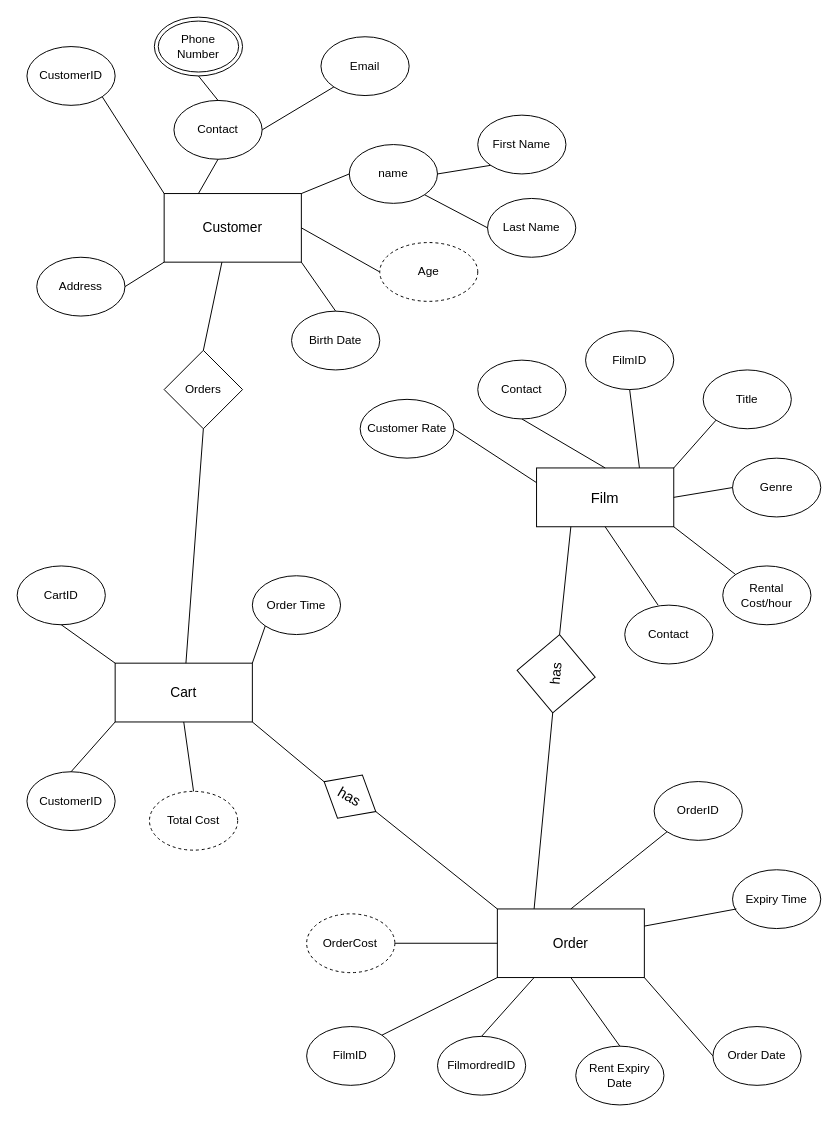
Before: ER Diagram.drawio in Biniyamgd/Film-Rental-DBMS, a draw.io diagram. Source tidied: cells renumbered, new cells numbered last; positions are measured from the earlier drawing's top-left corner, leaving out a move shared by most shapes. Both pictures are drawn from the tidied source at 98%, with x=0, y=0 at pixel (17, 17).
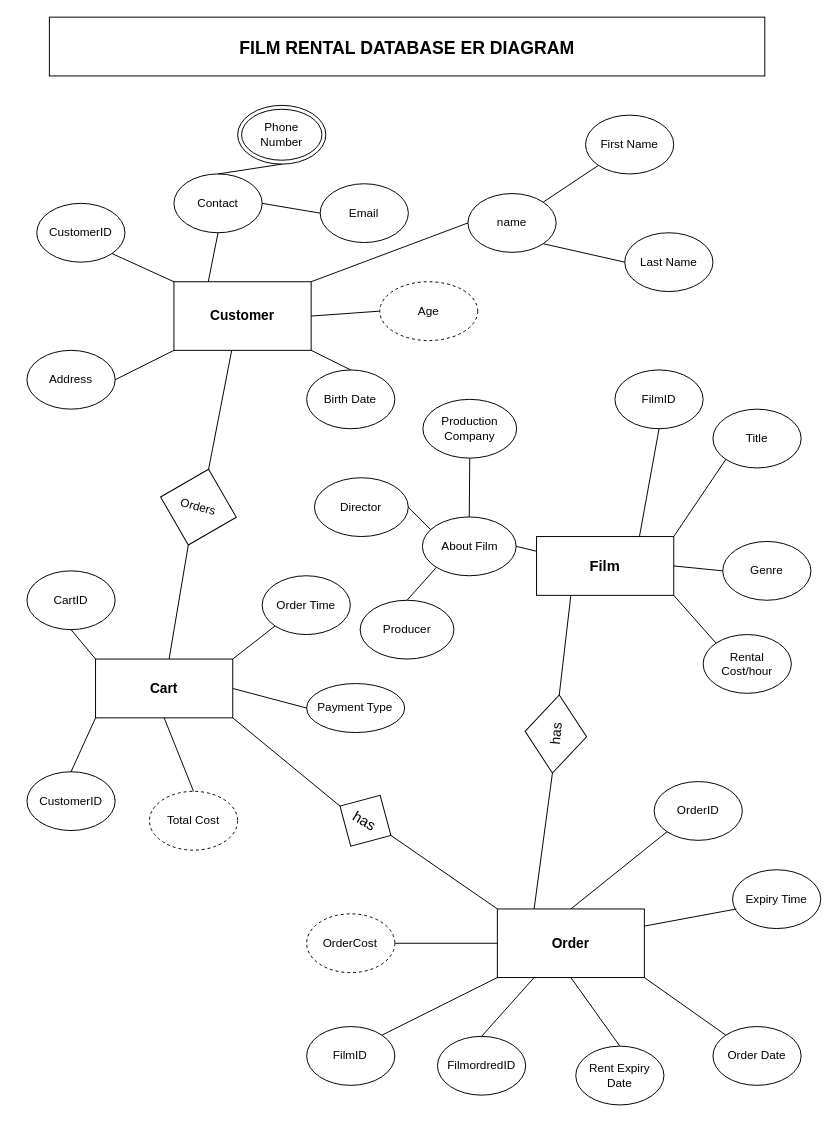
The same diagram, later.

The change refers to these unchanged cells:
```xml
<mxCell id="20" value="Order Date" style="ellipse;whiteSpace=wrap;html=1;" parent="1" vertex="1">
  <mxGeometry x="710" y="1030" width="90" height="60" as="geometry" />
</mxCell>
```

The edit, as a diff of the source:
```diff
@@
-    <mxCell id="2" value="&lt;font style=&quot;font-size: 14px;&quot;&gt;Customer&lt;/font&gt;" style="rounded=0;whiteSpace=wrap;html=1;direction=west;" parent="1" vertex="1">
-      <mxGeometry x="150" y="180" width="140" height="70" as="geometry" />
+    <mxCell id="2" value="&lt;font style=&quot;font-size: 14px;&quot;&gt;&lt;b&gt;Customer&lt;/b&gt;&lt;/font&gt;" style="rounded=0;whiteSpace=wrap;html=1;direction=west;" parent="1" vertex="1">
+      <mxGeometry x="160" y="270" width="140" height="70" as="geometry" />
     </mxCell>
-    <mxCell id="3" value="Orders" style="rhombus;whiteSpace=wrap;html=1;" parent="1" vertex="1">
-      <mxGeometry x="150" y="340" width="80" height="80" as="geometry" />
+    <mxCell id="3" value="Orders" style="rhombus;whiteSpace=wrap;html=1;rotation=15;" parent="1" vertex="1">
+      <mxGeometry x="145" y="460" width="80" height="80" as="geometry" />
     </mxCell>
     <mxCell id="4" value="Address" style="ellipse;whiteSpace=wrap;html=1;" parent="1" vertex="1">
-      <mxGeometry x="20" y="245" width="90" height="60" as="geometry" />
+      <mxGeometry x="10" y="340" width="90" height="60" as="geometry" />
     </mxCell>
     <mxCell id="5" value="Age" style="ellipse;whiteSpace=wrap;html=1;align=center;dashed=1;" parent="1" vertex="1">
-      <mxGeometry x="370" y="230" width="100" height="60" as="geometry" />
+      <mxGeometry x="370" y="270" width="100" height="60" as="geometry" />
     </mxCell>
-    <mxCell id="6" value="&lt;font style=&quot;font-size: 15px;&quot;&gt;Film&lt;/font&gt;" style="rounded=0;whiteSpace=wrap;html=1;direction=west;" parent="1" vertex="1">
-      <mxGeometry x="530" y="460" width="140" height="60" as="geometry" />
+    <mxCell id="6" value="&lt;font style=&quot;font-size: 15px;&quot;&gt;&lt;b&gt;Film&lt;/b&gt;&lt;/font&gt;" style="rounded=0;whiteSpace=wrap;html=1;direction=west;" parent="1" vertex="1">
+      <mxGeometry x="530" y="530" width="140" height="60" as="geometry" />
     </mxCell>
-    <mxCell id="7" value="&lt;font style=&quot;font-size: 14px;&quot;&gt;Cart&lt;/font&gt;" style="rounded=0;whiteSpace=wrap;html=1;direction=west;" parent="1" vertex="1">
-      <mxGeometry x="100" y="659.2" width="140" height="60" as="geometry" />
+    <mxCell id="7" value="&lt;font style=&quot;font-size: 14px;&quot;&gt;&lt;b&gt;Cart&lt;/b&gt;&lt;/font&gt;" style="rounded=0;whiteSpace=wrap;html=1;direction=west;" parent="1" vertex="1">
+      <mxGeometry x="80" y="655" width="140" height="60" as="geometry" />
     </mxCell>
     <mxCell id="8" value="CustomerID" style="ellipse;whiteSpace=wrap;html=1;" parent="1" vertex="1">
-      <mxGeometry x="10" y="30" width="90" height="60" as="geometry" />
+      <mxGeometry x="20" y="190" width="90" height="60" as="geometry" />
     </mxCell>
     <mxCell id="9" value="FilmID" style="ellipse;whiteSpace=wrap;html=1;" parent="1" vertex="1">
-      <mxGeometry x="580" y="320" width="90" height="60" as="geometry" />
+      <mxGeometry x="610" y="360" width="90" height="60" as="geometry" />
     </mxCell>
     <mxCell id="10" value="name" style="ellipse;whiteSpace=wrap;html=1;" parent="1" vertex="1">
-      <mxGeometry x="338.9" y="130" width="90" height="60" as="geometry" />
+      <mxGeometry x="460" y="180" width="90" height="60" as="geometry" />
     </mxCell>
-    <mxCell id="11" value="Contact" style="ellipse;whiteSpace=wrap;html=1;" parent="1" vertex="1">
-      <mxGeometry x="620" y="600" width="90" height="60" as="geometry" />
-    </mxCell>
     <mxCell id="12" value="Genre" style="ellipse;whiteSpace=wrap;html=1;" parent="1" vertex="1">
-      <mxGeometry x="730" y="450" width="90" height="60" as="geometry" />
+      <mxGeometry x="720" y="535" width="90" height="60" as="geometry" />
     </mxCell>
     <mxCell id="13" value="Rental Cost/hour" style="ellipse;whiteSpace=wrap;html=1;" parent="1" vertex="1">
-      <mxGeometry x="720" y="560" width="90" height="60" as="geometry" />
+      <mxGeometry x="700" y="630" width="90" height="60" as="geometry" />
     </mxCell>
     <mxCell id="14" value="Title" style="ellipse;whiteSpace=wrap;html=1;" parent="1" vertex="1">
-      <mxGeometry x="700" y="360" width="90" height="60" as="geometry" />
+      <mxGeometry x="710" y="400" width="90" height="60" as="geometry" />
     </mxCell>
-    <mxCell id="15" value="Contact" style="ellipse;whiteSpace=wrap;html=1;" parent="1" vertex="1">
-      <mxGeometry x="470" y="350" width="90" height="60" as="geometry" />
-    </mxCell>
@@
-    <mxCell id="19" value="&lt;div style=&quot;font-size: 13px;&quot;&gt;&lt;font style=&quot;font-size: 14px;&quot;&gt;Order&lt;/font&gt;&lt;/div&gt;" style="rounded=0;whiteSpace=wrap;html=1;direction=west;" parent="1" vertex="1">
+    <mxCell id="19" value="&lt;div style=&quot;font-size: 13px;&quot;&gt;&lt;font style=&quot;font-size: 14px;&quot;&gt;&lt;b&gt;Order&lt;/b&gt;&lt;/font&gt;&lt;/div&gt;" style="rounded=0;whiteSpace=wrap;html=1;direction=west;" parent="1" vertex="1">
       <mxGeometry x="490" y="910" width="150" height="70" as="geometry" />
     </mxCell>
@@
     <mxCell id="23" value="Birth Date" style="ellipse;whiteSpace=wrap;html=1;" parent="1" vertex="1">
-      <mxGeometry x="280" y="300" width="90" height="60" as="geometry" />
+      <mxGeometry x="295.4" y="360" width="90" height="60" as="geometry" />
     </mxCell>
@@
-    <mxCell id="26" style="endArrow=none;html=1;rounded=0;entryX=0.5;entryY=1;entryDx=0;entryDy=0;exitX=0.5;exitY=1;exitDx=0;exitDy=0;" parent="1" edge="1" source="6" target="15">
-      <mxGeometry relative="1" as="geometry" />
-    </mxCell>
@@
-    <mxCell id="31" style="endArrow=none;html=1;rounded=0;entryX=0.5;entryY=0;entryDx=0;entryDy=0;exitX=0.378;exitY=0;exitDx=0;exitDy=0;exitPerimeter=0;" parent="1" edge="1" source="11" target="6">
-      <mxGeometry relative="1" as="geometry" />
-    </mxCell>
@@
-    <mxCell id="39" style="endArrow=none;html=1;rounded=0;entryX=0;entryY=0;entryDx=0;entryDy=0;exitX=0;exitY=0.5;exitDx=0;exitDy=0;" parent="1" edge="1" source="20" target="19">
+    <mxCell id="39" style="endArrow=none;html=1;rounded=0;entryX=0;entryY=0;entryDx=0;entryDy=0;exitX=0;exitY=0;exitDx=0;exitDy=0;" parent="1" edge="1" source="20" target="19">
       <mxGeometry relative="1" as="geometry" />
     </mxCell>
@@
-    <mxCell id="42" value="Customer Rate" style="ellipse;whiteSpace=wrap;html=1;" parent="1" vertex="1">
-      <mxGeometry x="350" y="390" width="95.7" height="60" as="geometry" />
+    <mxCell id="42" value="About Film" style="ellipse;whiteSpace=wrap;html=1;" parent="1" vertex="1">
+      <mxGeometry x="413.5" y="510" width="95.7" height="60" as="geometry" />
     </mxCell>
@@
     <mxCell id="45" value="First Name" style="ellipse;whiteSpace=wrap;html=1;" parent="1" vertex="1">
-      <mxGeometry x="470" y="100" width="90" height="60" as="geometry" />
+      <mxGeometry x="580" y="100" width="90" height="60" as="geometry" />
     </mxCell>
     <mxCell id="46" value="Last Name" style="ellipse;whiteSpace=wrap;html=1;" parent="1" vertex="1">
-      <mxGeometry x="480" y="185" width="90" height="60" as="geometry" />
+      <mxGeometry x="620" y="220" width="90" height="60" as="geometry" />
     </mxCell>
-    <mxCell id="47" style="endArrow=none;html=1;rounded=0;entryX=0;entryY=1;entryDx=0;entryDy=0;exitX=1;exitY=0.5;exitDx=0;exitDy=0;" parent="1" edge="1" source="10" target="45">
+    <mxCell id="47" style="endArrow=none;html=1;rounded=0;entryX=0;entryY=1;entryDx=0;entryDy=0;exitX=1;exitY=0;exitDx=0;exitDy=0;" parent="1" edge="1" source="10" target="45">
       <mxGeometry relative="1" as="geometry" />
     </mxCell>
@@
     <mxCell id="49" value="Order Time" style="ellipse;whiteSpace=wrap;html=1;" parent="1" vertex="1">
-      <mxGeometry x="240" y="570" width="90" height="60" as="geometry" />
+      <mxGeometry x="250" y="570" width="90" height="60" as="geometry" />
     </mxCell>
@@
     <mxCell id="51" value="Contact" style="ellipse;whiteSpace=wrap;html=1;" parent="1" vertex="1">
-      <mxGeometry x="160" y="85" width="90" height="60" as="geometry" />
+      <mxGeometry x="160" y="160" width="90" height="60" as="geometry" />
     </mxCell>
@@
     <mxCell id="57" value="&lt;font style=&quot;font-size: 15px;&quot;&gt;has&lt;/font&gt;" style="rhombus;whiteSpace=wrap;html=1;rotation=30;" parent="1" vertex="1">
-      <mxGeometry x="309.2" y="770" width="60.8" height="50.8" as="geometry" />
+      <mxGeometry x="325.4" y="790" width="60" height="60" as="geometry" />
     </mxCell>
@@
     <mxCell id="63" value="&lt;font style=&quot;font-size: 14px;&quot;&gt;has&lt;br&gt;&lt;/font&gt;" style="rhombus;whiteSpace=wrap;html=1;rotation=-85;" parent="1" vertex="1">
-      <mxGeometry x="510" y="630" width="80" height="80" as="geometry" />
+      <mxGeometry x="509.7" y="700" width="80" height="63" as="geometry" />
     </mxCell>
@@
     <mxCell id="65" value="CartID" style="ellipse;whiteSpace=wrap;html=1;" parent="1" vertex="1">
-      <mxGeometry y="560" width="90" height="60" as="geometry" />
+      <mxGeometry x="10" y="565" width="90" height="60" as="geometry" />
     </mxCell>
     <mxCell id="66" value="Phone Number" style="ellipse;whiteSpace=wrap;html=1;shape=doubleEllipse;" parent="1" vertex="1">
-      <mxGeometry x="140" width="90" height="60" as="geometry" />
+      <mxGeometry x="225" y="90" width="90" height="60" as="geometry" />
     </mxCell>
     <mxCell id="67" value="Email" style="ellipse;whiteSpace=wrap;html=1;" parent="1" vertex="1">
-      <mxGeometry x="310" y="20" width="90" height="60" as="geometry" />
+      <mxGeometry x="309.2" y="170" width="90" height="60" as="geometry" />
     </mxCell>
@@
-    <mxCell id="69" style="endArrow=none;html=1;rounded=0;entryX=0;entryY=1;entryDx=0;entryDy=0;exitX=1;exitY=0.5;exitDx=0;exitDy=0;" parent="1" edge="1" source="51" target="67">
+    <mxCell id="69" style="endArrow=none;html=1;rounded=0;entryX=0;entryY=0.5;entryDx=0;entryDy=0;exitX=1;exitY=0.5;exitDx=0;exitDy=0;" parent="1" edge="1" source="51" target="67">
       <mxGeometry relative="1" as="geometry" />
     </mxCell>
@@
+    <mxCell id="71" value="Producer" style="ellipse;whiteSpace=wrap;html=1;" parent="1" vertex="1">
+      <mxGeometry x="350" y="595" width="95.7" height="60" as="geometry" />
+    </mxCell>
+    <mxCell id="72" value="Director" style="ellipse;whiteSpace=wrap;html=1;" parent="1" vertex="1">
+      <mxGeometry x="303.4" y="470" width="95.7" height="60" as="geometry" />
+    </mxCell>
+    <mxCell id="73" value="Production Company" style="ellipse;whiteSpace=wrap;html=1;" parent="1" vertex="1">
+      <mxGeometry x="414" y="390" width="95.7" height="60" as="geometry" />
+    </mxCell>
+    <mxCell id="74" style="endArrow=none;html=1;rounded=0;exitX=0;exitY=1;exitDx=0;exitDy=0;entryX=0.5;entryY=0;entryDx=0;entryDy=0;" parent="1" edge="1" source="42" target="71">
+      <mxGeometry relative="1" as="geometry" />
+    </mxCell>
+    <mxCell id="75" style="endArrow=none;html=1;rounded=0;exitX=1;exitY=0.5;exitDx=0;exitDy=0;entryX=0.089;entryY=0.217;entryDx=0;entryDy=0;entryPerimeter=0;" parent="1" edge="1" source="72" target="42">
+      <mxGeometry relative="1" as="geometry" />
+    </mxCell>
+    <mxCell id="76" style="endArrow=none;html=1;rounded=0;exitX=0.5;exitY=1;exitDx=0;exitDy=0;entryX=0.5;entryY=0;entryDx=0;entryDy=0;" parent="1" edge="1" source="73" target="42">
+      <mxGeometry relative="1" as="geometry" />
+    </mxCell>
+    <mxCell id="77" value="&lt;h1&gt;&lt;font style=&quot;font-size: 18px;&quot;&gt;FILM RENTAL DATABASE ER DIAGRAM&lt;/font&gt;&lt;/h1&gt;" style="rounded=0;whiteSpace=wrap;html=1;" parent="1" vertex="1">
+      <mxGeometry x="32.9" width="730" height="60" as="geometry" />
+    </mxCell>
+    <mxCell id="78" value="Payment Type" style="ellipse;whiteSpace=wrap;html=1;" parent="1" vertex="1">
+      <mxGeometry x="295.4" y="680" width="100" height="50" as="geometry" />
+    </mxCell>
+    <mxCell id="79" style="endArrow=none;html=1;rounded=0;entryX=0;entryY=0.5;entryDx=0;entryDy=0;exitX=0;exitY=0.5;exitDx=0;exitDy=0;" parent="1" edge="1" source="7" target="78">
+      <mxGeometry relative="1" as="geometry" />
+    </mxCell>
```
